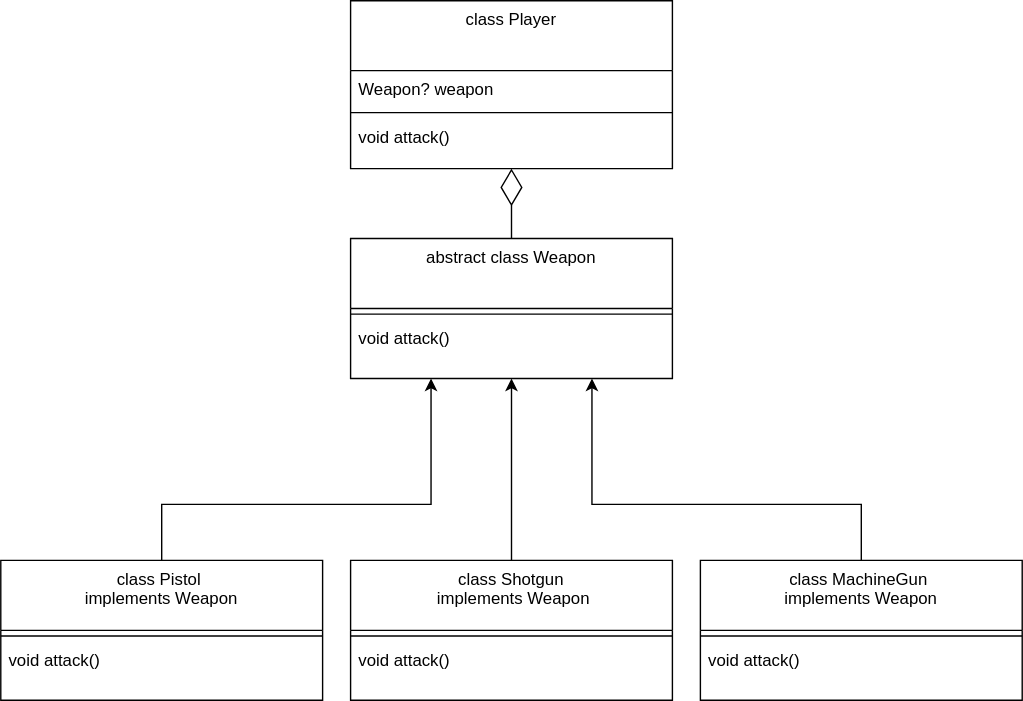
The draw.io diagram patt_strategy.svg in Alex-0277911/strategy_pattern, before a commit. Source tidied: cells renumbered, new cells last; positions are measured from the earlier drawing's top-left corner, leaving out a move shared by most shapes. Source of this version:
```xml
<mxGraphModel>
  <root>
    <mxCell id="0" />
    <mxCell id="1" parent="0" />
    <mxCell id="2" value="class Player" style="swimlane;fontStyle=0;align=center;verticalAlign=top;horizontal=1;startSize=50;rounded=0;shadow=0;strokeWidth=1;" parent="1" vertex="1">
      <mxGeometry x="250" width="230" height="120" as="geometry" />
    </mxCell>
    <mxCell id="3" value="Weapon? weapon" style="text;align=left;verticalAlign=top;spacingLeft=4;spacingRight=4;overflow=hidden;points=[[0,0.5],[1,0.5]];portConstraint=eastwest;" parent="2" vertex="1">
      <mxGeometry y="50" width="230" height="26" as="geometry" />
    </mxCell>
    <mxCell id="4" style="line;strokeWidth=1;fillColor=none;align=left;verticalAlign=middle;spacingTop=-1;spacingLeft=3;spacingRight=3;labelPosition=right;strokeColor=inherit;" parent="2" vertex="1">
      <mxGeometry y="76" width="230" height="8" as="geometry" />
    </mxCell>
    <mxCell id="5" value="void attack()" style="text;align=left;verticalAlign=top;spacingLeft=4;spacingRight=4;overflow=hidden;" parent="2" vertex="1">
      <mxGeometry y="84" width="230" height="26" as="geometry" />
    </mxCell>
    <mxCell id="6" value="abstract class Weapon" style="swimlane;fontStyle=0;align=center;verticalAlign=top;horizontal=1;startSize=50;rounded=0;shadow=0;strokeWidth=1;" parent="1" vertex="1">
      <mxGeometry x="250" y="170" width="230" height="100" as="geometry" />
    </mxCell>
    <mxCell id="7" style="line;strokeWidth=1;fillColor=none;align=left;verticalAlign=middle;spacingTop=-1;spacingLeft=3;spacingRight=3;labelPosition=right;strokeColor=inherit;" parent="6" vertex="1">
      <mxGeometry y="50" width="230" height="8" as="geometry" />
    </mxCell>
    <mxCell id="8" value="void attack()" style="text;align=left;verticalAlign=top;spacingLeft=4;spacingRight=4;overflow=hidden;" parent="6" vertex="1">
      <mxGeometry y="58" width="230" height="26" as="geometry" />
    </mxCell>
    <mxCell id="9" style="endArrow=diamondThin;endFill=0;endSize=24;html=1;rounded=0;entryX=0.5;entryY=1;entryDx=0;entryDy=0;exitX=0.5;exitY=0;exitDx=0;exitDy=0;" parent="1" edge="1" source="6" target="2">
      <mxGeometry relative="1" as="geometry" />
    </mxCell>
    <mxCell id="10" style="edgeStyle=orthogonalEdgeStyle;rounded=0;jettySize=auto;html=1;entryX=0.5;entryY=1;entryDx=0;entryDy=0;" parent="1" edge="1" source="11" target="6">
      <mxGeometry relative="1" as="geometry" />
    </mxCell>
    <mxCell id="11" value="class Shotgun&#10; implements Weapon" style="swimlane;fontStyle=0;align=center;verticalAlign=top;horizontal=1;startSize=50;rounded=0;shadow=0;strokeWidth=1;" parent="1" vertex="1">
      <mxGeometry x="250" y="400" width="230" height="100" as="geometry" />
    </mxCell>
    <mxCell id="12" style="line;strokeWidth=1;fillColor=none;align=left;verticalAlign=middle;spacingTop=-1;spacingLeft=3;spacingRight=3;labelPosition=right;strokeColor=inherit;" parent="11" vertex="1">
      <mxGeometry y="50" width="230" height="8" as="geometry" />
    </mxCell>
    <mxCell id="13" value="void attack()" style="text;align=left;verticalAlign=top;spacingLeft=4;spacingRight=4;overflow=hidden;" parent="11" vertex="1">
      <mxGeometry y="58" width="230" height="26" as="geometry" />
    </mxCell>
    <mxCell id="14" style="edgeStyle=orthogonalEdgeStyle;rounded=0;jettySize=auto;html=1;entryX=0.75;entryY=1;entryDx=0;entryDy=0;" parent="1" edge="1" source="15" target="6">
      <mxGeometry relative="1" as="geometry">
        <Array as="points">
          <mxPoint x="615" y="360" />
          <mxPoint x="423" y="360" />
        </Array>
      </mxGeometry>
    </mxCell>
    <mxCell id="15" value="class MachineGun &#10;implements Weapon" style="swimlane;fontStyle=0;align=center;verticalAlign=top;horizontal=1;startSize=50;rounded=0;shadow=0;strokeWidth=1;" parent="1" vertex="1">
      <mxGeometry x="500" y="400" width="230" height="100" as="geometry" />
    </mxCell>
    <mxCell id="16" style="line;strokeWidth=1;fillColor=none;align=left;verticalAlign=middle;spacingTop=-1;spacingLeft=3;spacingRight=3;labelPosition=right;strokeColor=inherit;" parent="15" vertex="1">
      <mxGeometry y="50" width="230" height="8" as="geometry" />
    </mxCell>
    <mxCell id="17" value="void attack()" style="text;align=left;verticalAlign=top;spacingLeft=4;spacingRight=4;overflow=hidden;" parent="15" vertex="1">
      <mxGeometry y="58" width="230" height="26" as="geometry" />
    </mxCell>
    <mxCell id="18" style="edgeStyle=orthogonalEdgeStyle;rounded=0;jettySize=auto;html=1;entryX=0.25;entryY=1;entryDx=0;entryDy=0;" parent="1" edge="1" source="19" target="6">
      <mxGeometry relative="1" as="geometry">
        <Array as="points">
          <mxPoint x="115" y="360" />
          <mxPoint x="308" y="360" />
        </Array>
      </mxGeometry>
    </mxCell>
    <mxCell id="19" value="class Pistol &#10;implements Weapon" style="swimlane;fontStyle=0;align=center;verticalAlign=top;horizontal=1;startSize=50;rounded=0;shadow=0;strokeWidth=1;" parent="1" vertex="1">
      <mxGeometry y="400" width="230" height="100" as="geometry" />
    </mxCell>
    <mxCell id="20" style="line;strokeWidth=1;fillColor=none;align=left;verticalAlign=middle;spacingTop=-1;spacingLeft=3;spacingRight=3;labelPosition=right;strokeColor=inherit;" parent="19" vertex="1">
      <mxGeometry y="50" width="230" height="8" as="geometry" />
    </mxCell>
    <mxCell id="21" value="void attack()" style="text;align=left;verticalAlign=top;spacingLeft=4;spacingRight=4;overflow=hidden;" parent="19" vertex="1">
      <mxGeometry y="58" width="230" height="26" as="geometry" />
    </mxCell>
  </root>
</mxGraphModel>
```
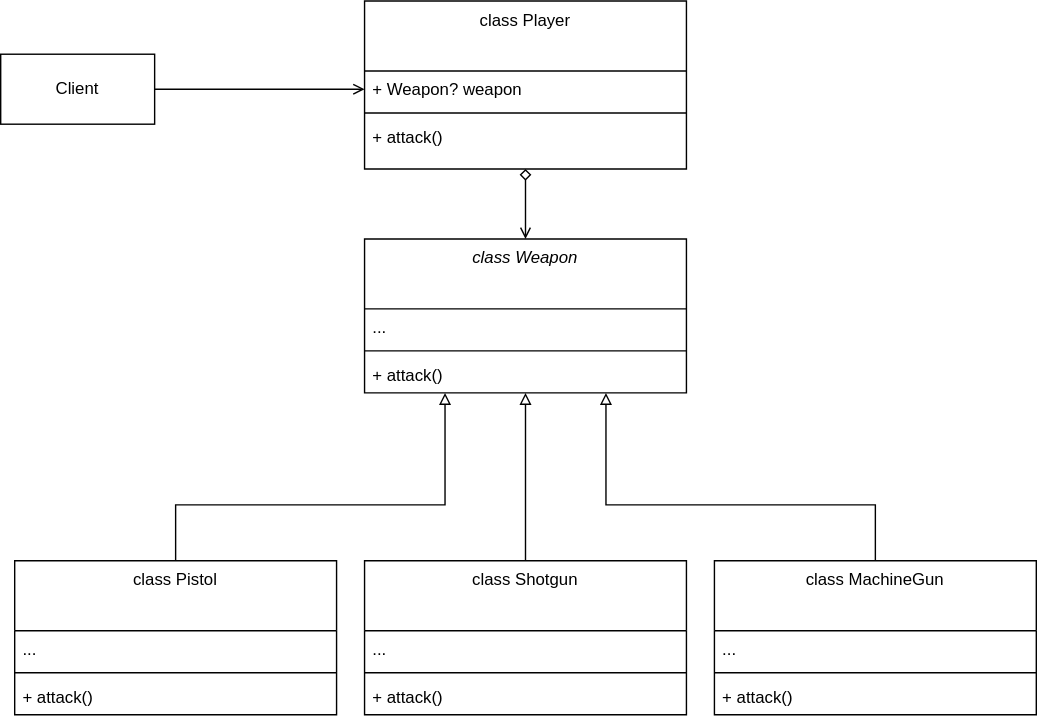
The same file after the commit.

The edit, as a diff of the source:
```diff
@@ -2,43 +2,49 @@
   <root>
     <mxCell id="0" />
     <mxCell id="1" parent="0" />
+    <mxCell id="22" style="edgeStyle=orthogonalEdgeStyle;rounded=0;jettySize=auto;html=1;entryX=0.5;entryY=0;entryDx=0;entryDy=0;startArrow=diamond;startFill=0;endArrow=open;endFill=0;" parent="1" edge="1" source="2" target="6">
+      <mxGeometry relative="1" as="geometry" />
+    </mxCell>
     <mxCell id="2" value="class Player" style="swimlane;fontStyle=0;align=center;verticalAlign=top;horizontal=1;startSize=50;rounded=0;shadow=0;strokeWidth=1;" parent="1" vertex="1">
       <mxGeometry x="250" width="230" height="120" as="geometry" />
     </mxCell>
-    <mxCell id="3" value="Weapon? weapon" style="text;align=left;verticalAlign=top;spacingLeft=4;spacingRight=4;overflow=hidden;points=[[0,0.5],[1,0.5]];portConstraint=eastwest;" parent="2" vertex="1">
+    <mxCell id="3" value="+ Weapon? weapon" style="text;align=left;verticalAlign=top;spacingLeft=4;spacingRight=4;overflow=hidden;points=[[0,0.5],[1,0.5]];portConstraint=eastwest;" parent="2" vertex="1">
       <mxGeometry y="50" width="230" height="26" as="geometry" />
     </mxCell>
     <mxCell id="4" style="line;strokeWidth=1;fillColor=none;align=left;verticalAlign=middle;spacingTop=-1;spacingLeft=3;spacingRight=3;labelPosition=right;strokeColor=inherit;" parent="2" vertex="1">
       <mxGeometry y="76" width="230" height="8" as="geometry" />
     </mxCell>
-    <mxCell id="5" value="void attack()" style="text;align=left;verticalAlign=top;spacingLeft=4;spacingRight=4;overflow=hidden;" parent="2" vertex="1">
+    <mxCell id="5" value="+ attack()" style="text;align=left;verticalAlign=top;spacingLeft=4;spacingRight=4;overflow=hidden;" parent="2" vertex="1">
       <mxGeometry y="84" width="230" height="26" as="geometry" />
     </mxCell>
-    <mxCell id="6" value="abstract class Weapon" style="swimlane;fontStyle=0;align=center;verticalAlign=top;horizontal=1;startSize=50;rounded=0;shadow=0;strokeWidth=1;" parent="1" vertex="1">
-      <mxGeometry x="250" y="170" width="230" height="100" as="geometry" />
+    <mxCell id="6" value="class Weapon" style="swimlane;fontStyle=2;align=center;verticalAlign=top;horizontal=1;startSize=50;rounded=0;shadow=0;strokeWidth=1;" parent="1" vertex="1">
+      <mxGeometry x="250" y="170" width="230" height="110" as="geometry" />
     </mxCell>
+    <mxCell id="23" value="..." style="text;align=left;verticalAlign=top;spacingLeft=4;spacingRight=4;overflow=hidden;" parent="6" vertex="1">
+      <mxGeometry y="50" width="230" height="26" as="geometry" />
+    </mxCell>
     <mxCell id="7" style="line;strokeWidth=1;fillColor=none;align=left;verticalAlign=middle;spacingTop=-1;spacingLeft=3;spacingRight=3;labelPosition=right;strokeColor=inherit;" parent="6" vertex="1">
-      <mxGeometry y="50" width="230" height="8" as="geometry" />
+      <mxGeometry y="76" width="230" height="8" as="geometry" />
     </mxCell>
-    <mxCell id="8" value="void attack()" style="text;align=left;verticalAlign=top;spacingLeft=4;spacingRight=4;overflow=hidden;" parent="6" vertex="1">
-      <mxGeometry y="58" width="230" height="26" as="geometry" />
+    <mxCell id="8" value="+ attack()" style="text;align=left;verticalAlign=top;spacingLeft=4;spacingRight=4;overflow=hidden;" parent="6" vertex="1">
+      <mxGeometry y="84" width="230" height="26" as="geometry" />
     </mxCell>
-    <mxCell id="9" style="endArrow=diamondThin;endFill=0;endSize=24;html=1;rounded=0;entryX=0.5;entryY=1;entryDx=0;entryDy=0;exitX=0.5;exitY=0;exitDx=0;exitDy=0;" parent="1" edge="1" source="6" target="2">
-      <mxGeometry relative="1" as="geometry" />
-    </mxCell>
-    <mxCell id="10" style="edgeStyle=orthogonalEdgeStyle;rounded=0;jettySize=auto;html=1;entryX=0.5;entryY=1;entryDx=0;entryDy=0;" parent="1" edge="1" source="11" target="6">
+    <mxCell id="10" style="edgeStyle=orthogonalEdgeStyle;rounded=0;jettySize=auto;html=1;entryX=0.5;entryY=1;entryDx=0;entryDy=0;endArrow=block;endFill=0;" parent="1" edge="1" source="11" target="6">
       <mxGeometry relative="1" as="geometry" />
     </mxCell>
-    <mxCell id="11" value="class Shotgun&#10; implements Weapon" style="swimlane;fontStyle=0;align=center;verticalAlign=top;horizontal=1;startSize=50;rounded=0;shadow=0;strokeWidth=1;" parent="1" vertex="1">
-      <mxGeometry x="250" y="400" width="230" height="100" as="geometry" />
+    <mxCell id="11" value="class Shotgun" style="swimlane;fontStyle=0;align=center;verticalAlign=top;horizontal=1;startSize=50;rounded=0;shadow=0;strokeWidth=1;" parent="1" vertex="1">
+      <mxGeometry x="250" y="400" width="230" height="110" as="geometry" />
     </mxCell>
+    <mxCell id="24" value="..." style="text;align=left;verticalAlign=top;spacingLeft=4;spacingRight=4;overflow=hidden;" parent="11" vertex="1">
+      <mxGeometry y="50" width="230" height="26" as="geometry" />
+    </mxCell>
     <mxCell id="12" style="line;strokeWidth=1;fillColor=none;align=left;verticalAlign=middle;spacingTop=-1;spacingLeft=3;spacingRight=3;labelPosition=right;strokeColor=inherit;" parent="11" vertex="1">
-      <mxGeometry y="50" width="230" height="8" as="geometry" />
+      <mxGeometry y="76" width="230" height="8" as="geometry" />
     </mxCell>
-    <mxCell id="13" value="void attack()" style="text;align=left;verticalAlign=top;spacingLeft=4;spacingRight=4;overflow=hidden;" parent="11" vertex="1">
-      <mxGeometry y="58" width="230" height="26" as="geometry" />
+    <mxCell id="13" value="+ attack()" style="text;align=left;verticalAlign=top;spacingLeft=4;spacingRight=4;overflow=hidden;" parent="11" vertex="1">
+      <mxGeometry y="84" width="230" height="26" as="geometry" />
     </mxCell>
-    <mxCell id="14" style="edgeStyle=orthogonalEdgeStyle;rounded=0;jettySize=auto;html=1;entryX=0.75;entryY=1;entryDx=0;entryDy=0;" parent="1" edge="1" source="15" target="6">
+    <mxCell id="14" style="edgeStyle=orthogonalEdgeStyle;rounded=0;jettySize=auto;html=1;entryX=0.75;entryY=1;entryDx=0;entryDy=0;endArrow=block;endFill=0;" parent="1" edge="1" source="15" target="6">
       <mxGeometry relative="1" as="geometry">
         <Array as="points">
           <mxPoint x="615" y="360" />
@@ -46,16 +52,19 @@
         </Array>
       </mxGeometry>
     </mxCell>
-    <mxCell id="15" value="class MachineGun &#10;implements Weapon" style="swimlane;fontStyle=0;align=center;verticalAlign=top;horizontal=1;startSize=50;rounded=0;shadow=0;strokeWidth=1;" parent="1" vertex="1">
-      <mxGeometry x="500" y="400" width="230" height="100" as="geometry" />
+    <mxCell id="15" value="class MachineGun" style="swimlane;fontStyle=0;align=center;verticalAlign=top;horizontal=1;startSize=50;rounded=0;shadow=0;strokeWidth=1;" parent="1" vertex="1">
+      <mxGeometry x="500" y="400" width="230" height="110" as="geometry" />
     </mxCell>
+    <mxCell id="25" value="..." style="text;align=left;verticalAlign=top;spacingLeft=4;spacingRight=4;overflow=hidden;" parent="15" vertex="1">
+      <mxGeometry y="50" width="230" height="26" as="geometry" />
+    </mxCell>
     <mxCell id="16" style="line;strokeWidth=1;fillColor=none;align=left;verticalAlign=middle;spacingTop=-1;spacingLeft=3;spacingRight=3;labelPosition=right;strokeColor=inherit;" parent="15" vertex="1">
-      <mxGeometry y="50" width="230" height="8" as="geometry" />
+      <mxGeometry y="76" width="230" height="8" as="geometry" />
     </mxCell>
-    <mxCell id="17" value="void attack()" style="text;align=left;verticalAlign=top;spacingLeft=4;spacingRight=4;overflow=hidden;" parent="15" vertex="1">
-      <mxGeometry y="58" width="230" height="26" as="geometry" />
+    <mxCell id="17" value="+ attack()" style="text;align=left;verticalAlign=top;spacingLeft=4;spacingRight=4;overflow=hidden;" parent="15" vertex="1">
+      <mxGeometry y="84" width="230" height="26" as="geometry" />
     </mxCell>
-    <mxCell id="18" style="edgeStyle=orthogonalEdgeStyle;rounded=0;jettySize=auto;html=1;entryX=0.25;entryY=1;entryDx=0;entryDy=0;" parent="1" edge="1" source="19" target="6">
+    <mxCell id="18" style="edgeStyle=orthogonalEdgeStyle;rounded=0;jettySize=auto;html=1;entryX=0.25;entryY=1;entryDx=0;entryDy=0;endArrow=block;endFill=0;" parent="1" edge="1" source="19" target="6">
       <mxGeometry relative="1" as="geometry">
         <Array as="points">
           <mxPoint x="115" y="360" />
@@ -63,14 +72,23 @@
         </Array>
       </mxGeometry>
     </mxCell>
-    <mxCell id="19" value="class Pistol &#10;implements Weapon" style="swimlane;fontStyle=0;align=center;verticalAlign=top;horizontal=1;startSize=50;rounded=0;shadow=0;strokeWidth=1;" parent="1" vertex="1">
-      <mxGeometry y="400" width="230" height="100" as="geometry" />
+    <mxCell id="19" value="class Pistol" style="swimlane;fontStyle=0;align=center;verticalAlign=top;horizontal=1;startSize=50;rounded=0;shadow=0;strokeWidth=1;" parent="1" vertex="1">
+      <mxGeometry y="400" width="230" height="110" as="geometry" />
     </mxCell>
+    <mxCell id="26" value="..." style="text;align=left;verticalAlign=top;spacingLeft=4;spacingRight=4;overflow=hidden;" parent="19" vertex="1">
+      <mxGeometry y="50" width="230" height="26" as="geometry" />
+    </mxCell>
     <mxCell id="20" style="line;strokeWidth=1;fillColor=none;align=left;verticalAlign=middle;spacingTop=-1;spacingLeft=3;spacingRight=3;labelPosition=right;strokeColor=inherit;" parent="19" vertex="1">
-      <mxGeometry y="50" width="230" height="8" as="geometry" />
+      <mxGeometry y="76" width="230" height="8" as="geometry" />
     </mxCell>
-    <mxCell id="21" value="void attack()" style="text;align=left;verticalAlign=top;spacingLeft=4;spacingRight=4;overflow=hidden;" parent="19" vertex="1">
-      <mxGeometry y="58" width="230" height="26" as="geometry" />
+    <mxCell id="21" value="+ attack()" style="text;align=left;verticalAlign=top;spacingLeft=4;spacingRight=4;overflow=hidden;" parent="19" vertex="1">
+      <mxGeometry y="84" width="230" height="26" as="geometry" />
     </mxCell>
+    <mxCell id="27" style="edgeStyle=orthogonalEdgeStyle;rounded=0;jettySize=auto;html=1;entryX=0;entryY=0.5;entryDx=0;entryDy=0;endArrow=open;endFill=0;" parent="1" edge="1" source="28" target="3">
+      <mxGeometry relative="1" as="geometry" />
+    </mxCell>
+    <mxCell id="28" value="Client" style="html=1;whiteSpace=wrap;" parent="1" vertex="1">
+      <mxGeometry x="-10" y="38" width="110" height="50" as="geometry" />
+    </mxCell>
   </root>
 </mxGraphModel>
```
